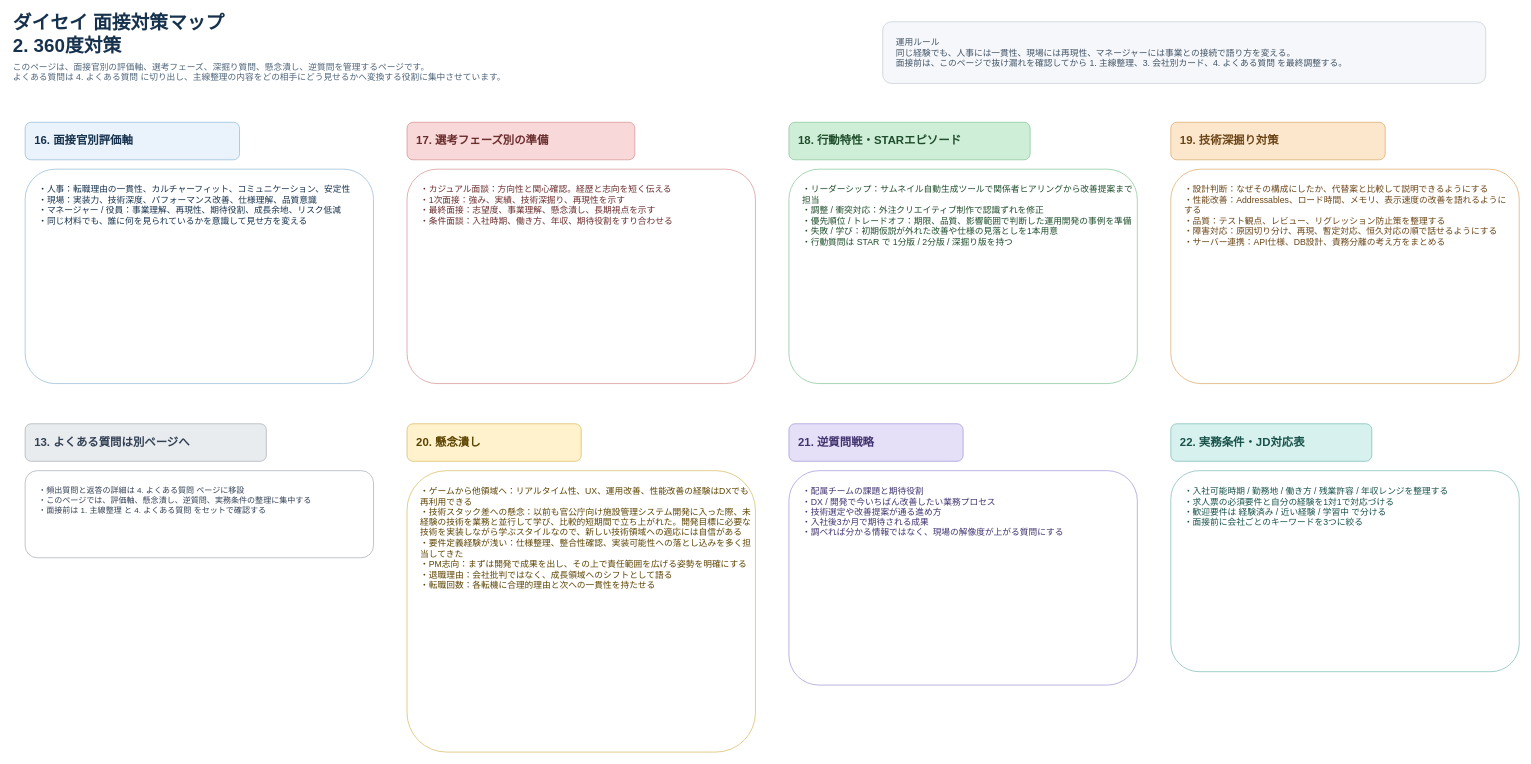
The draw.io diagram page "2. 360度対策" (2 of 5) of interview-prep-structure.drawio in bodacheng/ForInterview, before the edit. Source tidied: cells renumbered, new cells numbered last; positions are measured from the earlier drawing's top-left corner, leaving out a move shared by most shapes. Both pictures are drawn from the tidied source at 67%, with x=0, y=0 at pixel (11, 15).
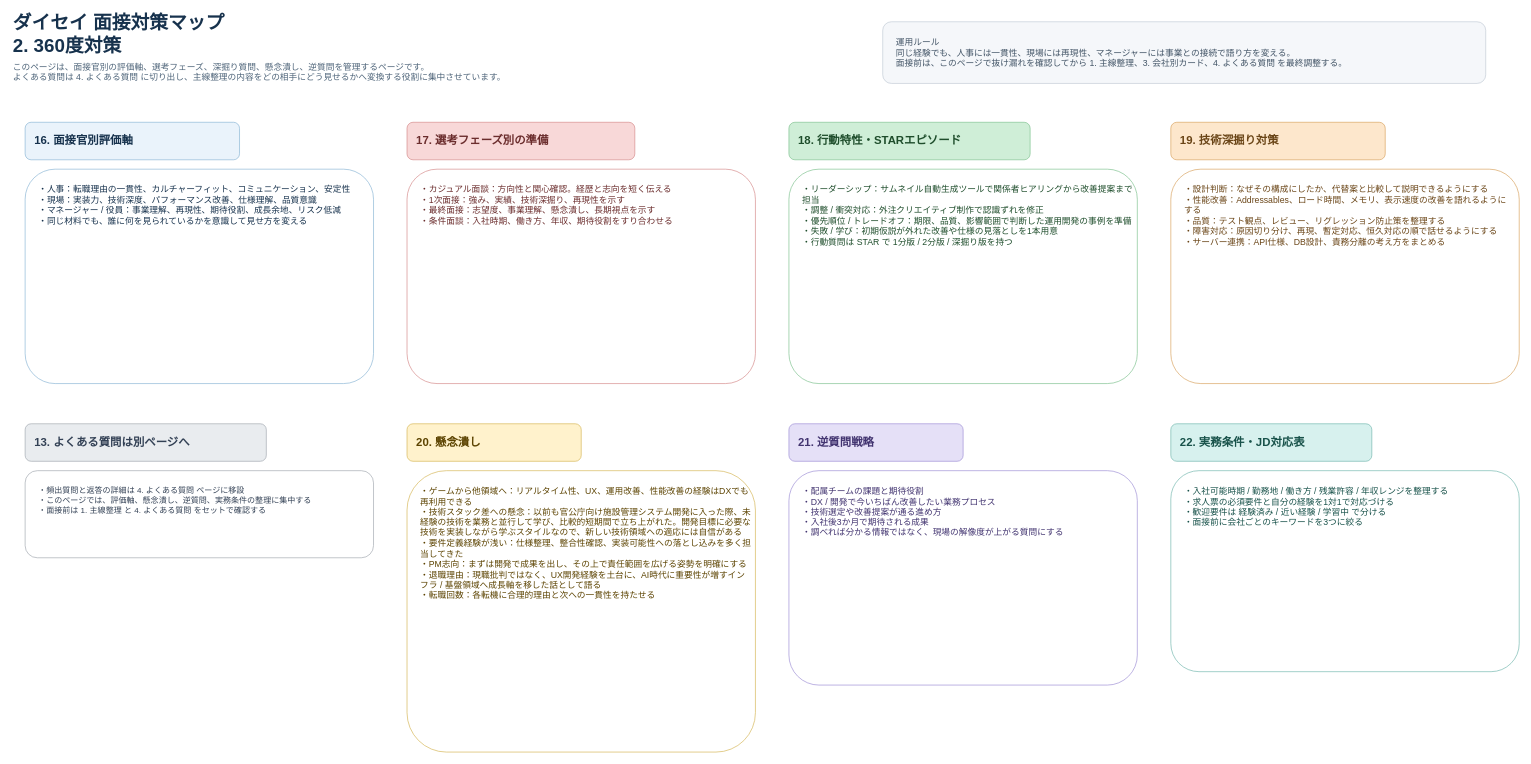
Above is the later version.

What changed in the source:
```diff
@@
-    <mxCell id="16" value="・ゲームから他領域へ：リアルタイム性、UX、運用改善、性能改善の経験はDXでも再利用できる&#10;・技術スタック差への懸念：以前も官公庁向け施設管理システム開発に入った際、未経験の技術を業務と並行して学び、比較的短期間で立ち上がれた。開発目標に必要な技術を実装しながら学ぶスタイルなので、新しい技術領域への適応には自信がある&#10;・要件定義経験が浅い：仕様整理、整合性確認、実装可能性への落とし込みを多く担当してきた&#10;・PM志向：まずは開発で成果を出し、その上で責任範囲を広げる姿勢を明確にする&#10;・退職理由：会社批判ではなく、成長領域へのシフトとして語る&#10;・転職回数：各転機に合理的理由と次への一貫性を持たせる" style="rounded=1;whiteSpace=wrap;html=1;align=left;verticalAlign=top;spacing=8;spacingLeft=12;spacingTop=10;fillColor=#FFFFFF;strokeColor=#D6B656;fontSize=13;fontColor=#5C4300;arcSize=14;" parent="1" vertex="1">
+    <mxCell id="16" value="・ゲームから他領域へ：リアルタイム性、UX、運用改善、性能改善の経験はDXでも再利用できる&#10;・技術スタック差への懸念：以前も官公庁向け施設管理システム開発に入った際、未経験の技術を業務と並行して学び、比較的短期間で立ち上がれた。開発目標に必要な技術を実装しながら学ぶスタイルなので、新しい技術領域への適応には自信がある&#10;・要件定義経験が浅い：仕様整理、整合性確認、実装可能性への落とし込みを多く担当してきた&#10;・PM志向：まずは開発で成果を出し、その上で責任範囲を広げる姿勢を明確にする&#10;・退職理由：現職批判ではなく、UX開発経験を土台に、AI時代に重要性が増すインフラ / 基盤領域へ成長軸を移した話として語る&#10;・転職回数：各転機に合理的理由と次への一貫性を持たせる" style="rounded=1;whiteSpace=wrap;html=1;align=left;verticalAlign=top;spacing=8;spacingLeft=12;spacingTop=10;fillColor=#FFFFFF;strokeColor=#D6B656;fontSize=13;fontColor=#5C4300;arcSize=14;" parent="1" vertex="1">
       <mxGeometry x="590" y="680" width="520" height="420" as="geometry" />
     </mxCell>
```
